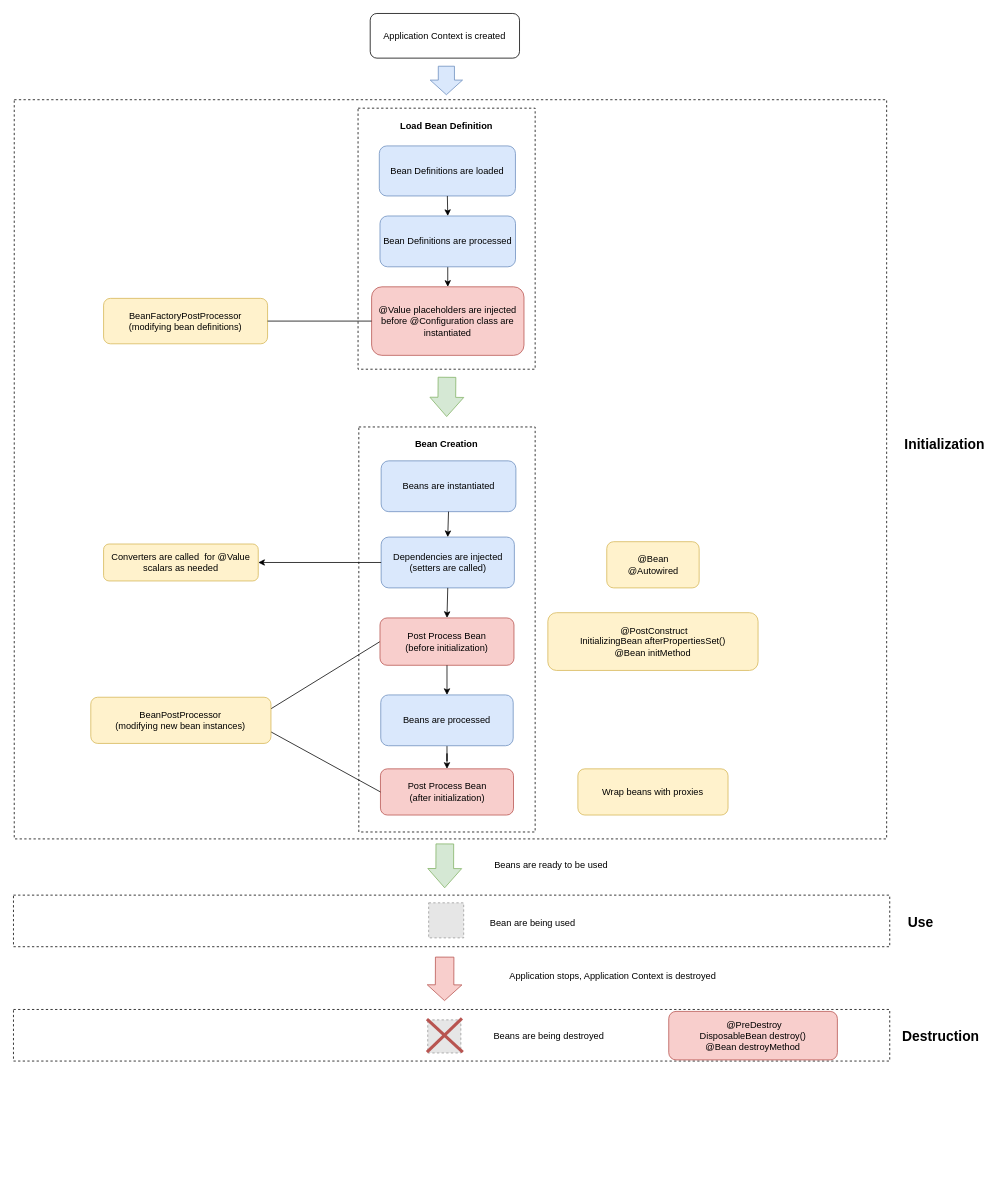
Earlier version of the draw.io diagram bean-lifecycle.drawio (quang-do-se/spring-cert). Source tidied: cells renumbered, new cells numbered last; positions are measured from the earlier drawing's top-left corner, leaving out a move shared by most shapes. Both pictures are drawn from the tidied source at 77%, with x=0, y=0 at pixel (13, 13). Pictures stored in the file or linked from it are replaced by grey dashed boxes.
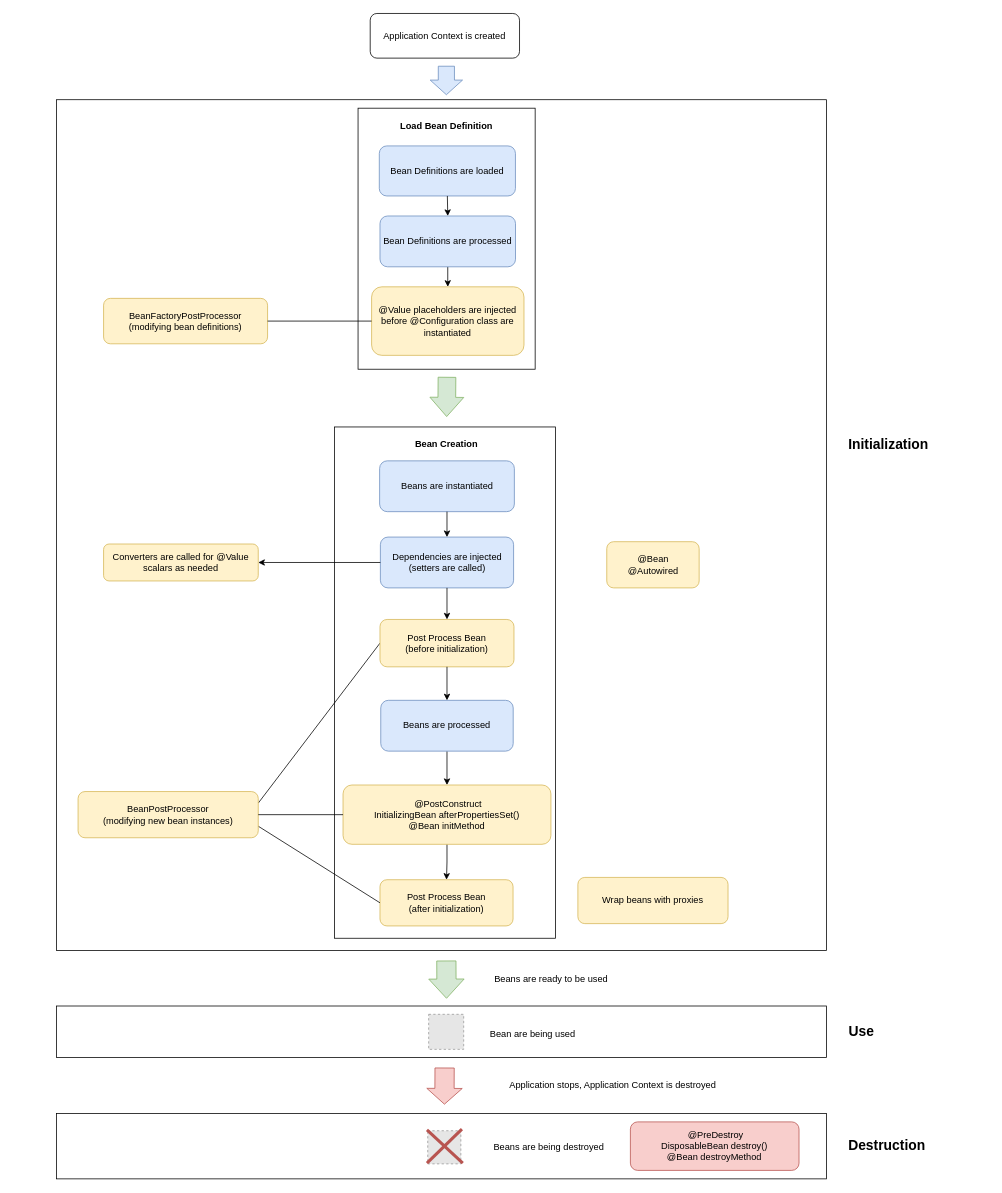
The same diagram, later.

What changed in the source:
```diff
@@
-    <mxCell id="2" style="rounded=0;whiteSpace=wrap;html=1;dashed=1;" parent="1" vertex="1">
-      <mxGeometry x="1" y="112" width="1133" height="960" as="geometry" />
+    <mxCell id="2" style="rounded=0;whiteSpace=wrap;html=1;" parent="1" vertex="1">
+      <mxGeometry x="56" y="112" width="1000" height="1105" as="geometry" />
     </mxCell>
-    <mxCell id="3" style="rounded=0;whiteSpace=wrap;html=1;dashed=1;" parent="1" vertex="1">
-      <mxGeometry y="1293.5" width="1138" height="67" as="geometry" />
+    <mxCell id="3" style="rounded=0;whiteSpace=wrap;html=1;strokeWidth=1;" parent="1" vertex="1">
+      <mxGeometry x="56" y="1428.5" width="1000" height="85" as="geometry" />
     </mxCell>
-    <mxCell id="4" style="rounded=0;whiteSpace=wrap;html=1;dashed=1;" parent="1" vertex="1">
-      <mxGeometry y="1145" width="1138" height="67" as="geometry" />
+    <mxCell id="4" style="rounded=0;whiteSpace=wrap;html=1;" parent="1" vertex="1">
+      <mxGeometry x="56" y="1289" width="1000" height="67" as="geometry" />
     </mxCell>
-    <mxCell id="5" style="rounded=0;whiteSpace=wrap;html=1;dashed=1;" parent="1" vertex="1">
+    <mxCell id="5" style="rounded=0;whiteSpace=wrap;html=1;" parent="1" vertex="1">
       <mxGeometry x="447.5" y="123" width="230" height="339" as="geometry" />
     </mxCell>
-    <mxCell id="6" style="rounded=0;whiteSpace=wrap;html=1;dashed=1;" parent="1" vertex="1">
-      <mxGeometry x="448.5" y="537" width="229" height="526" as="geometry" />
+    <mxCell id="6" style="rounded=0;whiteSpace=wrap;html=1;" parent="1" vertex="1">
+      <mxGeometry x="417" y="537" width="287" height="664" as="geometry" />
     </mxCell>
@@
     <mxCell id="12" value="Beans are instantiated" style="rounded=1;whiteSpace=wrap;html=1;fillColor=#dae8fc;strokeColor=#6c8ebf;" parent="1" vertex="1">
-      <mxGeometry x="477.5" y="581" width="175" height="66" as="geometry" />
+      <mxGeometry x="475.5" y="581" width="175" height="66" as="geometry" />
     </mxCell>
     <mxCell id="13" value="Dependencies are injected &lt;br&gt;(setters are called)" style="rounded=1;whiteSpace=wrap;html=1;fillColor=#dae8fc;strokeColor=#6c8ebf;" parent="1" vertex="1">
-      <mxGeometry x="477.5" y="680" width="173" height="66" as="geometry" />
+      <mxGeometry x="476.5" y="680" width="173" height="66" as="geometry" />
     </mxCell>
-    <mxCell id="14" style="edgeStyle=orthogonalEdgeStyle;rounded=0;jettySize=auto;html=1;strokeWidth=1;" parent="1" edge="1" source="15" target="30">
-      <mxGeometry relative="1" as="geometry" />
-    </mxCell>
+    <mxCell id="51" style="edgeStyle=orthogonalEdgeStyle;rounded=0;jettySize=auto;html=1;" parent="1" edge="1" source="15" target="47">
+      <mxGeometry relative="1" as="geometry" />
+    </mxCell>
     <mxCell id="15" value="Beans are processed" style="rounded=1;whiteSpace=wrap;html=1;fillColor=#dae8fc;strokeColor=#6c8ebf;" parent="1" vertex="1">
-      <mxGeometry x="477" y="885" width="172" height="66" as="geometry" />
+      <mxGeometry x="477" y="892" width="172" height="66" as="geometry" />
     </mxCell>
-    <mxCell id="16" style="shape=flexArrow;endArrow=classic;html=1;rounded=0;fillColor=#d5e8d4;strokeColor=#82b366;width=23;endSize=8;" parent="1" edge="1">
+    <mxCell id="16" style="shape=flexArrow;endArrow=classic;html=1;rounded=0;fillColor=#d5e8d4;strokeColor=#82b366;width=25;endSize=8;arcSize=20;" parent="1" edge="1">
       <mxGeometry relative="1" as="geometry">
-        <mxPoint x="560.2" y="1078" as="sourcePoint" />
-        <mxPoint x="560" y="1136" as="targetPoint" />
+        <mxPoint x="562.2" y="1230" as="sourcePoint" />
+        <mxPoint x="562.4" y="1279.5" as="targetPoint" />
       </mxGeometry>
     </mxCell>
     <mxCell id="17" style="fillColor=#E6E6E6;strokeColor=#999999;dashed=1;html=1;verticalAlign=top;verticalLabelPosition=bottom;labelBackgroundColor=#ffffff;" parent="1" vertex="1">
-      <mxGeometry x="538" y="1307" width="43" height="43" as="geometry" />
+      <mxGeometry x="538" y="1451" width="43" height="43" as="geometry" />
     </mxCell>
     <mxCell id="18" value="Bean are being used" style="text;html=1;align=center;verticalAlign=middle;strokeColor=none;fillColor=none;" parent="1" vertex="1">
-      <mxGeometry x="595.2" y="1172" width="157" height="18" as="geometry" />
+      <mxGeometry x="595.2" y="1316.8" width="157" height="18" as="geometry" />
     </mxCell>
     <mxCell id="19" value="Beans are ready to be used" style="text;html=1;align=center;verticalAlign=middle;strokeColor=none;fillColor=none;" parent="1" vertex="1">
-      <mxGeometry x="595.2" y="1097" width="206" height="18" as="geometry" />
+      <mxGeometry x="595.2" y="1245" width="206" height="18" as="geometry" />
     </mxCell>
-    <mxCell id="20" style="shape=flexArrow;endArrow=classic;html=1;rounded=0;fillColor=#f8cecc;strokeColor=#b85450;width=24;endSize=6.5;" parent="1" edge="1">
+    <mxCell id="20" style="shape=flexArrow;endArrow=classic;html=1;rounded=0;fillColor=#f8cecc;strokeColor=#b85450;width=25;endSize=6.5;" parent="1" edge="1">
       <mxGeometry relative="1" as="geometry">
-        <mxPoint x="560" y="1225" as="sourcePoint" />
-        <mxPoint x="559.8" y="1282.5" as="targetPoint" />
+        <mxPoint x="559.9" y="1369" as="sourcePoint" />
+        <mxPoint x="559.7" y="1417" as="targetPoint" />
       </mxGeometry>
     </mxCell>
     <mxCell id="21" value="Application stops, Application Context is destroyed" style="text;html=1;align=center;verticalAlign=middle;strokeColor=none;fillColor=none;" parent="1" vertex="1">
-      <mxGeometry x="595.2" y="1242" width="366" height="18" as="geometry" />
+      <mxGeometry x="595.2" y="1383" width="366" height="18" as="geometry" />
     </mxCell>
     <mxCell id="22" style="group;" parent="1" vertex="1">
-      <mxGeometry x="537" y="1305" width="46.5" height="44" as="geometry" />
+      <mxGeometry x="537" y="1449" width="46.5" height="44" as="geometry" />
     </mxCell>
@@
     <mxCell id="25" value="Beans are being destroyed" style="text;html=1;align=center;verticalAlign=middle;strokeColor=none;fillColor=none;" parent="1" vertex="1">
-      <mxGeometry x="595.2" y="1319.5" width="200" height="18" as="geometry" />
+      <mxGeometry x="595.2" y="1463.5" width="200" height="18" as="geometry" />
     </mxCell>
@@
     <mxCell id="28" style="fillColor=#E6E6E6;strokeColor=#999999;dashed=1;html=1;verticalAlign=top;verticalLabelPosition=bottom;labelBackgroundColor=#ffffff;" parent="1" vertex="1">
-      <mxGeometry x="539.2" y="1155" width="45.5" height="45.5" as="geometry" />
+      <mxGeometry x="539.2" y="1299.8" width="45.5" height="45.5" as="geometry" />
     </mxCell>
@@
-    <mxCell id="30" value="Post Process Bean &lt;br&gt;(after initialization)" style="rounded=1;whiteSpace=wrap;html=1;fillColor=#f8cecc;strokeColor=#b85450;" parent="1" vertex="1">
-      <mxGeometry x="476.6" y="981" width="172.8" height="60" as="geometry" />
+    <mxCell id="30" value="Post Process Bean &lt;br&gt;(after initialization)" style="rounded=1;whiteSpace=wrap;html=1;fillColor=#fff2cc;strokeColor=#d6b656;" parent="1" vertex="1">
+      <mxGeometry x="476" y="1125" width="172.8" height="60" as="geometry" />
     </mxCell>
@@
     <mxCell id="33" value="&lt;div align=&quot;center&quot;&gt;BeanPostProcessor&lt;br&gt;(modifying new bean instances)&lt;/div&gt;" style="rounded=1;whiteSpace=wrap;html=1;fillColor=#fff2cc;strokeColor=#d6b656;" parent="1" vertex="1">
-      <mxGeometry x="100.4" y="888" width="234" height="60" as="geometry" />
+      <mxGeometry x="83.9" y="1010.5" width="234" height="60" as="geometry" />
     </mxCell>
-    <mxCell id="34" value="@Value placeholders are injected before @Configuration class are instantiated" style="rounded=1;whiteSpace=wrap;html=1;fillColor=#f8cecc;strokeColor=#b85450;" parent="1" vertex="1">
+    <mxCell id="34" value="@Value placeholders are injected before @Configuration class are instantiated" style="rounded=1;whiteSpace=wrap;html=1;fillColor=#fff2cc;strokeColor=#d6b656;" parent="1" vertex="1">
       <mxGeometry x="465.1" y="355" width="197.9" height="89" as="geometry" />
     </mxCell>
@@
-    <mxCell id="38" value="Post Process Bean&lt;br&gt;(before initialization)" style="rounded=1;whiteSpace=wrap;html=1;fillColor=#f8cecc;strokeColor=#b85450;" parent="1" vertex="1">
-      <mxGeometry x="476" y="785" width="174" height="61.5" as="geometry" />
+    <mxCell id="38" value="Post Process Bean&lt;br&gt;(before initialization)" style="rounded=1;whiteSpace=wrap;html=1;fillColor=#fff2cc;strokeColor=#d6b656;" parent="1" vertex="1">
+      <mxGeometry x="476" y="787" width="174" height="61.5" as="geometry" />
     </mxCell>
@@
     <mxCell id="40" value="&lt;font style=&quot;font-size: 18px;&quot;&gt;Initialization&lt;/font&gt;" style="text;html=1;align=center;verticalAlign=middle;strokeColor=none;fillColor=none;fontStyle=1;" parent="1" vertex="1">
-      <mxGeometry x="1152" y="551" width="114" height="18" as="geometry" />
+      <mxGeometry x="1079" y="551" width="114" height="18" as="geometry" />
     </mxCell>
     <mxCell id="41" value="&lt;font style=&quot;font-size: 18px;&quot;&gt;Use&lt;/font&gt;" style="text;html=1;align=center;verticalAlign=middle;strokeColor=none;fillColor=none;fontStyle=1;" parent="1" vertex="1">
-      <mxGeometry x="1156" y="1172" width="43" height="18" as="geometry" />
+      <mxGeometry x="1079" y="1313.5" width="43" height="18" as="geometry" />
     </mxCell>
     <mxCell id="42" value="&lt;font style=&quot;font-size: 18px;&quot;&gt;Destruction&lt;/font&gt;" style="text;html=1;align=center;verticalAlign=middle;strokeColor=none;fillColor=none;fontStyle=1;" parent="1" vertex="1">
-      <mxGeometry x="1149" y="1319.5" width="110" height="18" as="geometry" />
+      <mxGeometry x="1079" y="1462" width="110" height="18" as="geometry" />
     </mxCell>
-    <mxCell id="43" value="Converters are called&amp;nbsp; for @Value scalars as needed" style="rounded=1;whiteSpace=wrap;html=1;fillColor=#fff2cc;strokeColor=#d6b656;" parent="1" vertex="1">
+    <mxCell id="43" value="&lt;div&gt;Converters are called for @Value scalars as needed&lt;/div&gt;" style="rounded=1;whiteSpace=wrap;html=1;fillColor=#fff2cc;strokeColor=#d6b656;" parent="1" vertex="1">
       <mxGeometry x="117" y="689" width="200.9" height="48" as="geometry" />
     </mxCell>
@@
-    <mxCell id="47" value="&lt;div&gt;&amp;nbsp;@PostConstruct&lt;br&gt;InitializingBean afterPropertiesSet()&lt;/div&gt;&lt;div&gt;@Bean initMethod&lt;/div&gt;" style="rounded=1;whiteSpace=wrap;html=1;fillColor=#fff2cc;strokeColor=#d6b656;" parent="1" vertex="1">
-      <mxGeometry x="694" y="778.2" width="273" height="75" as="geometry" />
-    </mxCell>
     <mxCell id="48" value="&lt;div&gt;&amp;nbsp;@PreDestroy&lt;br&gt;DisposableBean destroy()&lt;/div&gt;&lt;div&gt;@Bean destroyMethod&lt;/div&gt;" style="rounded=1;whiteSpace=wrap;html=1;fillColor=#f8cecc;strokeColor=#b85450;" parent="1" vertex="1">
-      <mxGeometry x="851" y="1296" width="219" height="63" as="geometry" />
+      <mxGeometry x="801.2" y="1439.5" width="219" height="63" as="geometry" />
     </mxCell>
@@
     <mxCell id="50" value="Wrap beans with proxies" style="rounded=1;whiteSpace=wrap;html=1;fillColor=#fff2cc;strokeColor=#d6b656;" parent="1" vertex="1">
-      <mxGeometry x="733" y="981" width="195" height="60" as="geometry" />
+      <mxGeometry x="733" y="1122" width="195" height="60" as="geometry" />
     </mxCell>
+    <mxCell id="52" style="edgeStyle=orthogonalEdgeStyle;rounded=0;jettySize=auto;html=1;" parent="1" edge="1" source="47" target="30">
+      <mxGeometry relative="1" as="geometry" />
+    </mxCell>
+    <mxCell id="47" value="&lt;div&gt;&amp;nbsp;@PostConstruct&lt;br&gt;InitializingBean afterPropertiesSet()&lt;/div&gt;&lt;div&gt;@Bean initMethod&lt;/div&gt;" style="rounded=1;whiteSpace=wrap;html=1;fillColor=#fff2cc;strokeColor=#d6b656;" parent="1" vertex="1">
+      <mxGeometry x="428" y="1002" width="270" height="77" as="geometry" />
+    </mxCell>
+    <mxCell id="53" style="endArrow=none;html=1;rounded=0;exitX=1;exitY=0.5;exitDx=0;exitDy=0;entryX=0;entryY=0.5;entryDx=0;entryDy=0;" parent="1" edge="1" source="33" target="47">
+      <mxGeometry relative="1" as="geometry" />
+    </mxCell>
```
